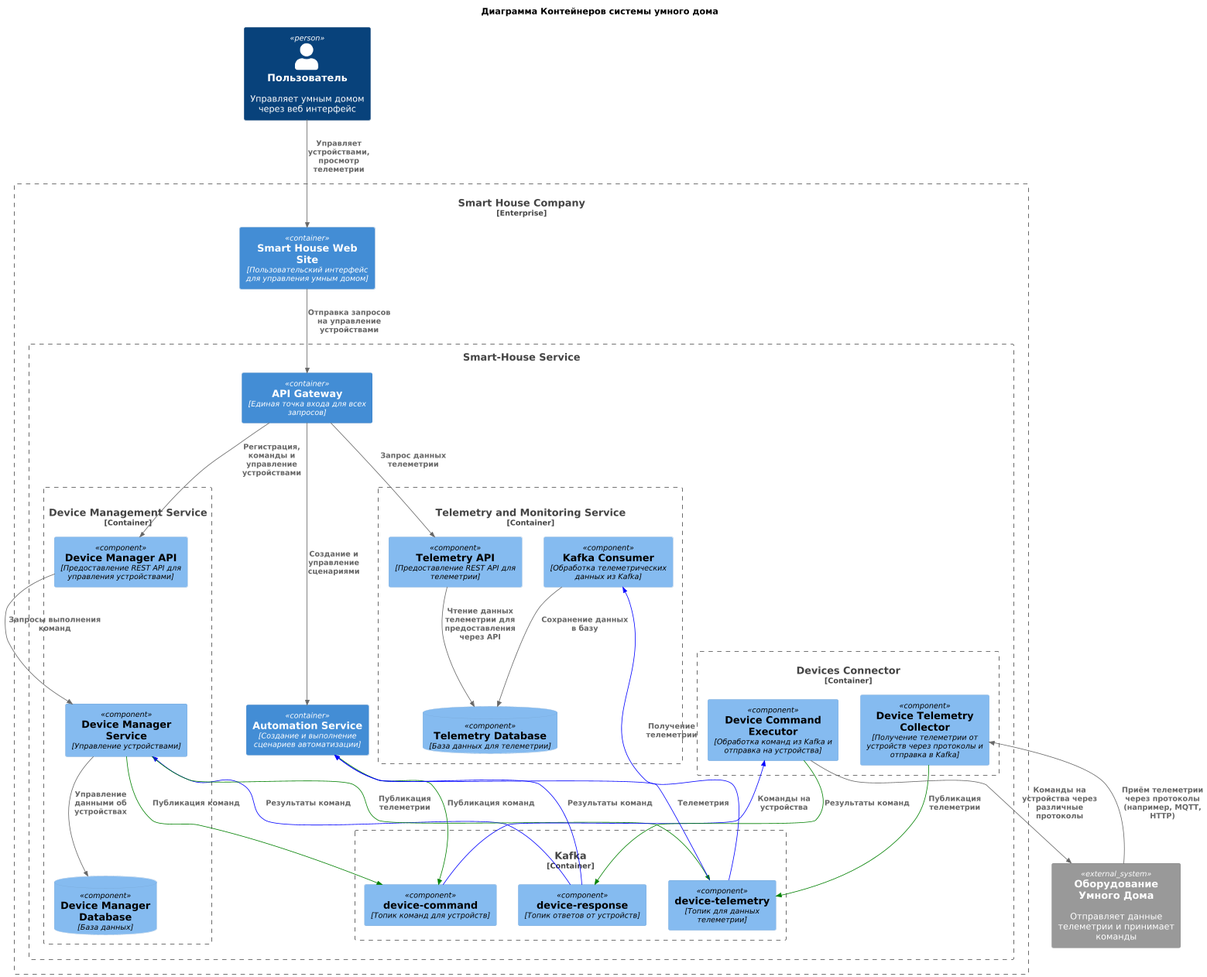
The PlantUML diagram docs/diagrams/tobe/tobe_component.png in Lehater/architecture-sprint-3, before a commit.
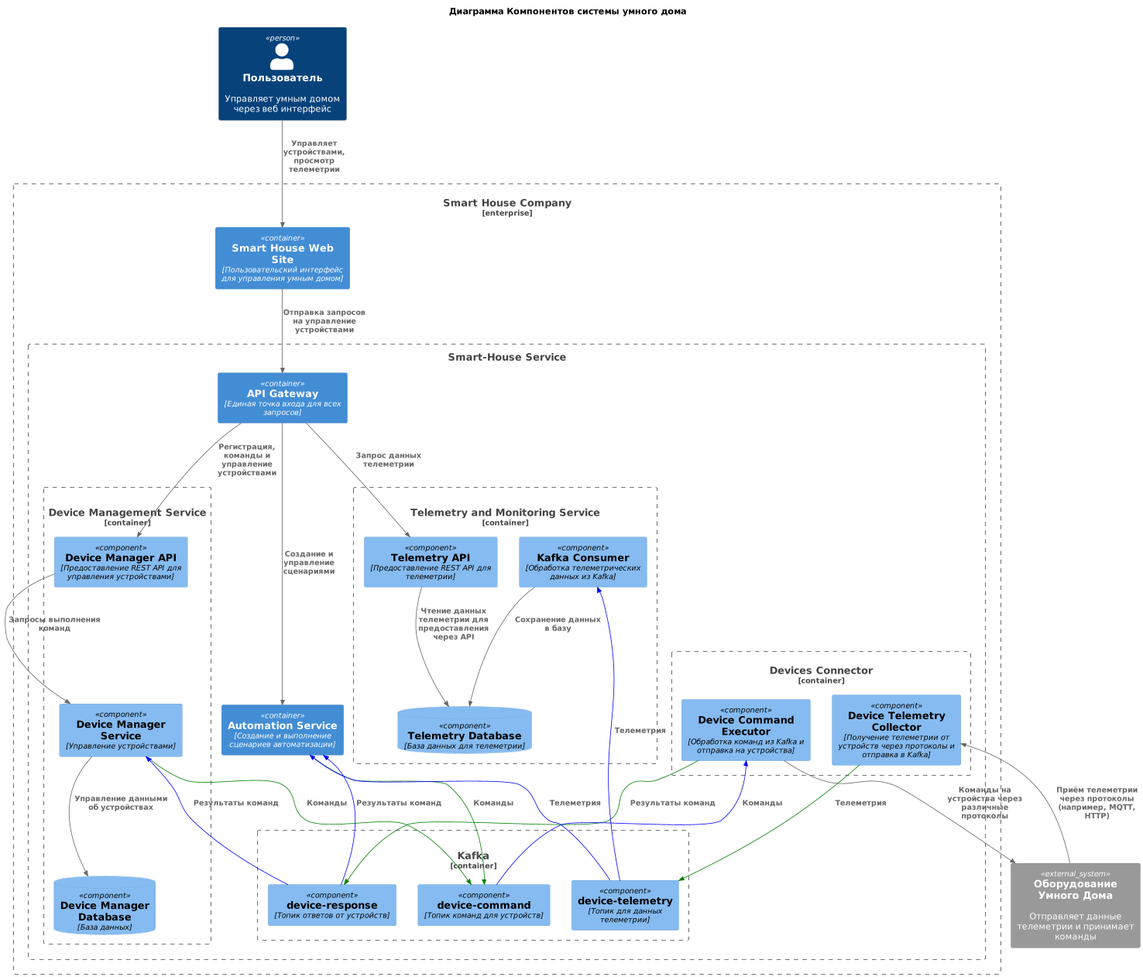
Above is the later version.

What changed in the source:
```diff
@@ -1,7 +1,7 @@
 @startuml
 !include ../_c4/C4_Component.puml
 
-title Диаграмма Контейнеров системы умного дома
+title Диаграмма Компонентов системы умного дома
 
 !unquoted procedure Rel_Write($from, $to, $label, $techn="", $descr="", $sprite="", $tags="", $link="")
 $getRel("--[#green]>>", $from, $to, $label, $techn, $descr, $sprite, $tags, $link)
@@ -62,20 +62,20 @@
 Rel(api_gateway, telemetry_api, "Запрос данных телеметрии")
 Rel(api_gateway, automation_service, "Создание и управление сценариями")
 
-Rel_Write(dm_service, kafka_device_command, "Публикация команд")
+Rel_Write(dm_service, kafka_device_command, "Команды")
 Rel_Read(dm_service, kafka_device_response, "Результаты команд")
-Rel_Write(dm_service, kafka_telemetry_data, "Публикация телеметрии")
-Rel_Write(device_telemetry_collector, kafka_telemetry_data, "Публикация телеметрии")
-Rel_Write(automation_service, kafka_device_command, "Публикация команд")
 
-Rel_Read(device_command_executor, kafka_device_command, "Команды на устройства")
-Rel_Write(device_command_executor, kafka_device_response, "Результаты команд")
-Rel(device_command_executor, sensor, "Команды на устройства через различные протоколы")
-
-Rel_Read(telemetry_consumer, kafka_telemetry_data, "Получение телеметрии")
+Rel_Write(automation_service, kafka_device_command, "Команды")
 Rel_Read(automation_service, kafka_device_response, "Результаты команд")
 Rel_Read(automation_service, kafka_telemetry_data, "Телеметрия")
 
+Rel_Write(device_telemetry_collector, kafka_telemetry_data, "Телеметрия")
+Rel_Write(device_command_executor, kafka_device_response, "Результаты команд")
+Rel_Read(device_command_executor, kafka_device_command, "Команды")
+
+Rel_Read(telemetry_consumer, kafka_telemetry_data, "Телеметрия")
+
 Rel(sensor, device_telemetry_collector, "Приём телеметрии через протоколы (например, MQTT, HTTP)")
+Rel(device_command_executor, sensor, "Команды на устройства через различные протоколы")
 
 @enduml
```
